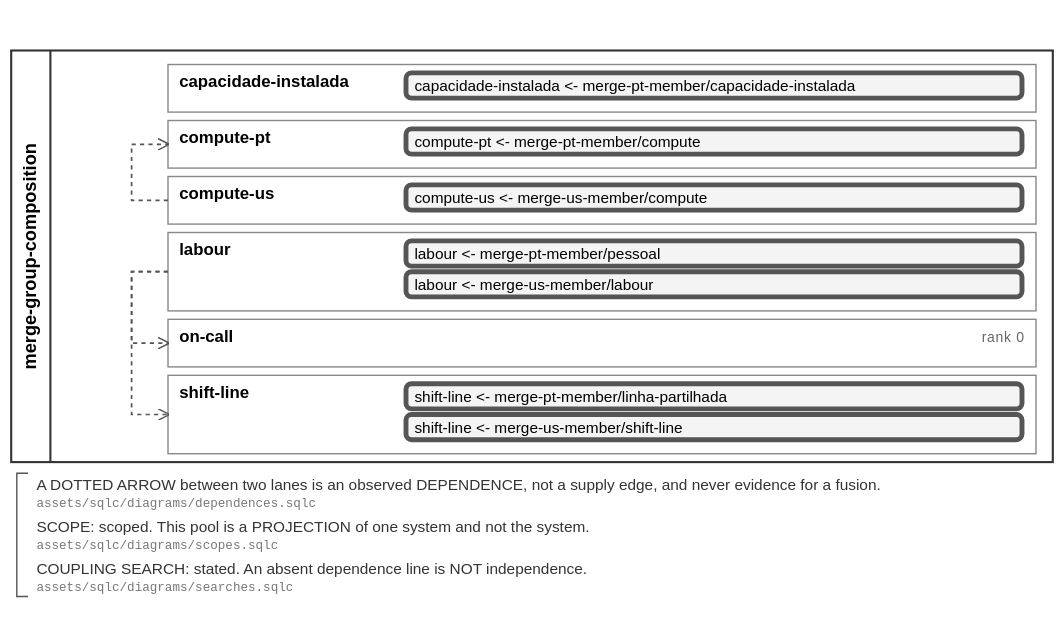
Before: assets/svg/filings/merge-group-composition.svg, a diagram exported from BPMN (soulstompp/process-modulus). Its source is kept beside it as assets/bpmn/filings/merge-group-composition.bpmn. Ids are renumbered.
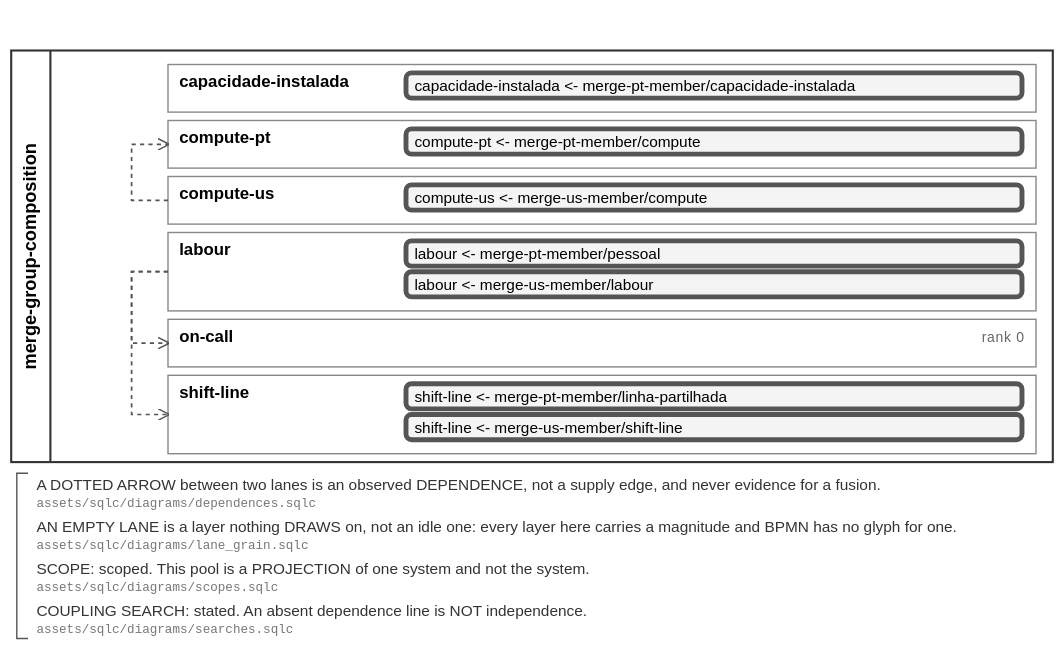
Later version of the same file.

The edit, as a diff of the source:
```diff
@@ -56,6 +56,9 @@
     <callActivity id="call_merge-group-composition_shift-line_merge-us-member_shift-line" name="shift-line &lt;- merge-us-member/shift-line" calledElement="f1:proc_merge-us-member"/>
     <textAnnotation id="note_merge-group-composition_dependence">
       <text>A DOTTED ARROW between two lanes is an observed DEPENDENCE, not a supply edge, and never evidence for a fusion. [assets/sqlc/diagrams/dependences.sqlc]</text>
+    </textAnnotation>
+    <textAnnotation id="note_merge-group-composition_lane">
+      <text>AN EMPTY LANE is a layer nothing DRAWS on, not an idle one: every layer here carries a magnitude and BPMN has no glyph for one. [assets/sqlc/diagrams/lane_grain.sqlc]</text>
     </textAnnotation>
     <textAnnotation id="note_merge-group-composition_scope">
       <text>SCOPE: scoped. This pool is a PROJECTION of one system and not the system. [assets/sqlc/diagrams/scopes.sqlc]</text>
@@ -120,11 +123,14 @@
       <bpmndi:BPMNShape id="shape_merge-group-composition_note_merge-group-composition_dependence" bpmnElement="tns:note_merge-group-composition_dependence">
         <dc:Bounds x="20" y="338" width="720" height="28"/>
       </bpmndi:BPMNShape>
-      <bpmndi:BPMNShape id="shape_merge-group-composition_note_merge-group-composition_scope" bpmnElement="tns:note_merge-group-composition_scope">
+      <bpmndi:BPMNShape id="shape_merge-group-composition_note_merge-group-composition_lane" bpmnElement="tns:note_merge-group-composition_lane">
         <dc:Bounds x="20" y="368" width="720" height="28"/>
       </bpmndi:BPMNShape>
+      <bpmndi:BPMNShape id="shape_merge-group-composition_note_merge-group-composition_scope" bpmnElement="tns:note_merge-group-composition_scope">
+        <dc:Bounds x="20" y="398" width="720" height="28"/>
+      </bpmndi:BPMNShape>
       <bpmndi:BPMNShape id="shape_merge-group-composition_note_merge-group-composition_search" bpmnElement="tns:note_merge-group-composition_search">
-        <dc:Bounds x="20" y="398" width="720" height="28"/>
+        <dc:Bounds x="20" y="428" width="720" height="28"/>
       </bpmndi:BPMNShape>
       <bpmndi:BPMNEdge id="edge_merge-group-composition_compute-us_compute-pt" bpmnElement="tns:dep_merge-group-composition_compute-us_compute-pt">
         <di:waypoint x="120" y="143"/>
@@ -182,33 +188,33 @@
     <target>f1:lane_merge-us-member_shift-line</target>
   </relationship>
   <relationship type="process-modulus:elimination-between" direction="Forward">
-      <documentation>a composed layer, and a layer of another document the composer states the double counting runs against. ⛔ NOT a part: nothing is composed from this, and the SIZE of the overlap is not here. [assets/sqlc/eliminations/resolved.sqlc]</documentation>
+      <documentation>a composed layer, and a layer of another document the composer states the double counting runs against. ⛔ NOT a part: nothing is composed from this, and the SIZE of the overlap is not here. [assets/sqlc/diagrams/attributions.sqlc]</documentation>
     <source>tns:lane_merge-group-composition_compute-pt</source>
     <target>f1:lane_merge-us-member_compute</target>
   </relationship>
   <relationship type="process-modulus:elimination-between" direction="Forward">
-      <documentation>a composed layer, and a layer of another document the composer states the double counting runs against. ⛔ NOT a part: nothing is composed from this, and the SIZE of the overlap is not here. [assets/sqlc/eliminations/resolved.sqlc]</documentation>
+      <documentation>a composed layer, and a layer of another document the composer states the double counting runs against. ⛔ NOT a part: nothing is composed from this, and the SIZE of the overlap is not here. [assets/sqlc/diagrams/attributions.sqlc]</documentation>
+    <source>tns:lane_merge-group-composition_labour</source>
+    <target>f0:lane_merge-pt-member_pessoal</target>
+  </relationship>
+  <relationship type="process-modulus:elimination-between" direction="Forward">
+      <documentation>a composed layer, and a layer of another document the composer states the double counting runs against. ⛔ NOT a part: nothing is composed from this, and the SIZE of the overlap is not here. [assets/sqlc/diagrams/attributions.sqlc]</documentation>
     <source>tns:lane_merge-group-composition_labour</source>
     <target>f1:lane_merge-us-member_labour</target>
   </relationship>
   <relationship type="process-modulus:elimination-between" direction="Forward">
-      <documentation>a composed layer, and a layer of another document the composer states the double counting runs against. ⛔ NOT a part: nothing is composed from this, and the SIZE of the overlap is not here. [assets/sqlc/eliminations/resolved.sqlc]</documentation>
-    <source>tns:lane_merge-group-composition_labour</source>
-    <target>f0:lane_merge-pt-member_pessoal</target>
+      <documentation>a composed layer, and a layer of another document the composer states the double counting runs against. ⛔ NOT a part: nothing is composed from this, and the SIZE of the overlap is not here. [assets/sqlc/diagrams/attributions.sqlc]</documentation>
+    <source>tns:lane_merge-group-composition_shift-line</source>
+    <target>f0:lane_merge-pt-member_linha-partilhada</target>
   </relationship>
   <relationship type="process-modulus:elimination-between" direction="Forward">
-      <documentation>a composed layer, and a layer of another document the composer states the double counting runs against. ⛔ NOT a part: nothing is composed from this, and the SIZE of the overlap is not here. [assets/sqlc/eliminations/resolved.sqlc]</documentation>
+      <documentation>a composed layer, and a layer of another document the composer states the double counting runs against. ⛔ NOT a part: nothing is composed from this, and the SIZE of the overlap is not here. [assets/sqlc/diagrams/attributions.sqlc]</documentation>
     <source>tns:lane_merge-group-composition_shift-line</source>
     <target>f1:lane_merge-us-member_shift-line</target>
   </relationship>
   <relationship type="process-modulus:elimination-between" direction="Forward">
-      <documentation>a composed layer, and a layer of another document the composer states the double counting runs against. ⛔ NOT a part: nothing is composed from this, and the SIZE of the overlap is not here. [assets/sqlc/eliminations/resolved.sqlc]</documentation>
+      <documentation>a composed layer, and a layer of another document the composer states the double counting runs against. ⛔ NOT a part: nothing is composed from this, and the SIZE of the overlap is not here. [assets/sqlc/diagrams/attributions.sqlc]</documentation>
     <source>tns:lane_merge-group-composition_shift-line</source>
     <target>f1:lane_merge-us-member_shift-line</target>
   </relationship>
-  <relationship type="process-modulus:elimination-between" direction="Forward">
-      <documentation>a composed layer, and a layer of another document the composer states the double counting runs against. ⛔ NOT a part: nothing is composed from this, and the SIZE of the overlap is not here. [assets/sqlc/eliminations/resolved.sqlc]</documentation>
-    <source>tns:lane_merge-group-composition_shift-line</source>
-    <target>f0:lane_merge-pt-member_linha-partilhada</target>
-  </relationship>
 </definitions>
```
